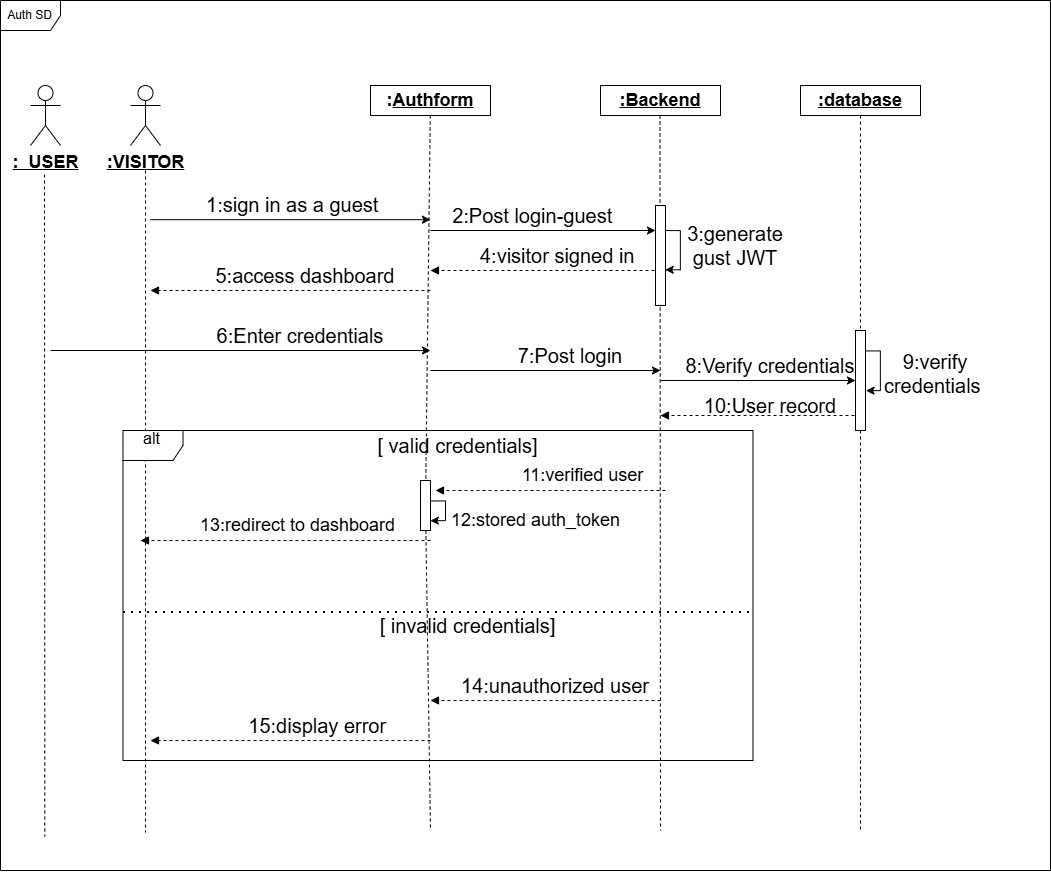
The draw.io diagram uploads/diagrams/sprint 1 sequence.drawio.png in guizanimohamed23/report, before a commit. Source tidied: cells renumbered, new cells last; positions are measured from the earlier drawing's top-left corner, leaving out a move shared by most shapes.
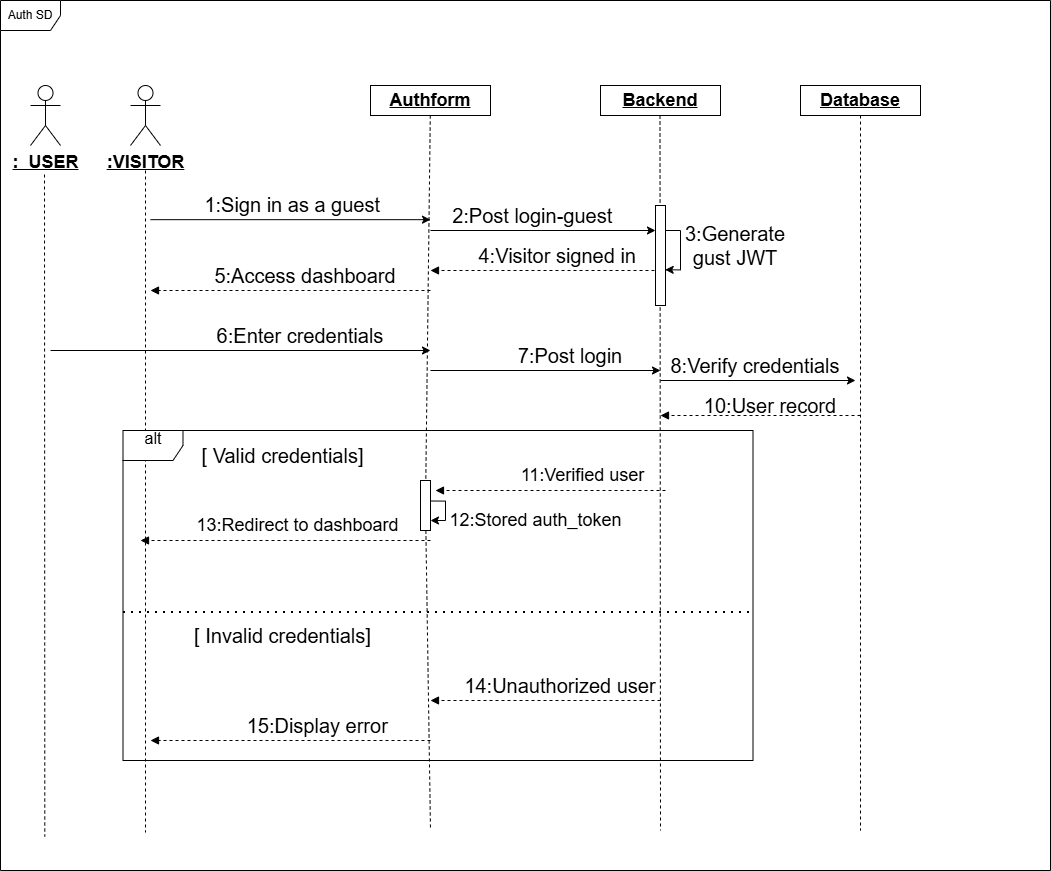
After the commit.

Diff of the diagram source:
```diff
@@ -11,10 +11,10 @@
         <mxPoint x="145" y="831.9" as="targetPoint" />
       </mxGeometry>
     </mxCell>
-    <mxCell id="4" value="&lt;font style=&quot;font-size: 18px;&quot;&gt;&lt;b style=&quot;&quot;&gt;:&lt;/b&gt;&lt;u style=&quot;&quot;&gt;&lt;b style=&quot;&quot;&gt;Authform&lt;/b&gt;&lt;/u&gt;&lt;/font&gt;" style="rounded=0;whiteSpace=wrap;html=1;" parent="1" vertex="1">
+    <mxCell id="4" value="&lt;font style=&quot;font-size: 18px;&quot;&gt;&lt;u style=&quot;&quot;&gt;&lt;b style=&quot;&quot;&gt;Authform&lt;/b&gt;&lt;/u&gt;&lt;/font&gt;" style="rounded=0;whiteSpace=wrap;html=1;" parent="1" vertex="1">
       <mxGeometry x="370" y="85" width="120" height="30" as="geometry" />
     </mxCell>
-    <mxCell id="5" value="&lt;u&gt;&lt;b&gt;&lt;font style=&quot;font-size: 18px;&quot;&gt;:Backend&lt;/font&gt;&lt;/b&gt;&lt;/u&gt;" style="rounded=0;whiteSpace=wrap;html=1;" parent="1" vertex="1">
+    <mxCell id="5" value="&lt;u&gt;&lt;b&gt;&lt;font style=&quot;font-size: 18px;&quot;&gt;Backend&lt;/font&gt;&lt;/b&gt;&lt;/u&gt;" style="rounded=0;whiteSpace=wrap;html=1;" parent="1" vertex="1">
       <mxGeometry x="600" y="85" width="120" height="30" as="geometry" />
     </mxCell>
     <mxCell id="6" style="endArrow=none;html=1;rounded=0;dashed=1;endFill=0;" parent="1" edge="1" source="49">
@@ -28,11 +28,12 @@
         <mxPoint x="660" y="830" as="targetPoint" />
       </mxGeometry>
     </mxCell>
-    <mxCell id="8" value="&lt;b&gt;&lt;u&gt;&lt;font style=&quot;font-size: 18px;&quot;&gt;:database&lt;/font&gt;&lt;/u&gt;&lt;/b&gt;" style="rounded=0;whiteSpace=wrap;html=1;" parent="1" vertex="1">
+    <mxCell id="8" value="&lt;b&gt;&lt;u&gt;&lt;font style=&quot;font-size: 18px;&quot;&gt;Database&lt;/font&gt;&lt;/u&gt;&lt;/b&gt;" style="rounded=0;whiteSpace=wrap;html=1;" parent="1" vertex="1">
       <mxGeometry x="800" y="85" width="120" height="30" as="geometry" />
     </mxCell>
-    <mxCell id="9" style="endArrow=none;html=1;rounded=0;dashed=1;endFill=0;exitX=1;exitY=0.5;exitDx=0;exitDy=0;" parent="1" edge="1" source="36">
+    <mxCell id="9" style="endArrow=none;html=1;rounded=0;dashed=1;endFill=0;" parent="1" edge="1">
       <mxGeometry relative="1" as="geometry">
+        <mxPoint x="860" y="330" as="sourcePoint" />
         <mxPoint x="860" y="830" as="targetPoint" />
       </mxGeometry>
     </mxCell>
@@ -51,7 +52,7 @@
         <mxPoint x="430" y="219.2" as="targetPoint" />
       </mxGeometry>
     </mxCell>
-    <mxCell id="13" value="&lt;font style=&quot;font-size: 20px;&quot;&gt;1:sign in as a guest&amp;nbsp;&lt;/font&gt;" style="text;html=1;whiteSpace=wrap;strokeColor=none;fillColor=none;align=center;verticalAlign=middle;rounded=0;" parent="1" vertex="1">
+    <mxCell id="13" value="&lt;font style=&quot;font-size: 20px;&quot;&gt;1:Sign in as a guest&amp;nbsp;&lt;/font&gt;" style="text;html=1;whiteSpace=wrap;strokeColor=none;fillColor=none;align=center;verticalAlign=middle;rounded=0;" parent="1" vertex="1">
       <mxGeometry x="200" y="189.2" width="190" height="30" as="geometry" />
     </mxCell>
     <mxCell id="14" style="endArrow=classic;html=1;rounded=0;entryX=0.25;entryY=1;entryDx=0;entryDy=0;" parent="1" edge="1" target="43">
@@ -83,9 +84,10 @@
         <mxPoint x="660" y="370" as="targetPoint" />
       </mxGeometry>
     </mxCell>
-    <mxCell id="19" style="endArrow=classic;html=1;rounded=0;entryX=0.5;entryY=1;entryDx=0;entryDy=0;" parent="1" edge="1" target="36">
+    <mxCell id="19" style="endArrow=classic;html=1;rounded=0;entryX=0.5;entryY=1;entryDx=0;entryDy=0;" parent="1" edge="1">
       <mxGeometry relative="1" as="geometry">
         <mxPoint x="660" y="380" as="sourcePoint" />
+        <mxPoint x="855" y="380" as="targetPoint" />
       </mxGeometry>
     </mxCell>
     <mxCell id="20" style="endArrow=block;html=1;rounded=0;dashed=1;endFill=1;" parent="1" edge="1">
@@ -94,8 +96,8 @@
         <mxPoint x="660" y="415" as="targetPoint" />
       </mxGeometry>
     </mxCell>
-    <mxCell id="21" value="&lt;font style=&quot;font-size: 20px;&quot;&gt;[ valid credentials]&lt;/font&gt;" style="text;html=1;whiteSpace=wrap;strokeColor=none;fillColor=none;align=center;verticalAlign=middle;rounded=0;" parent="1" vertex="1">
-      <mxGeometry x="375" y="430" width="165" height="30" as="geometry" />
+    <mxCell id="21" value="&lt;font style=&quot;font-size: 20px;&quot;&gt;[ Valid credentials]&lt;/font&gt;" style="text;html=1;whiteSpace=wrap;strokeColor=none;fillColor=none;align=center;verticalAlign=middle;rounded=0;" parent="1" vertex="1">
+      <mxGeometry x="200" y="440" width="165" height="30" as="geometry" />
     </mxCell>
     <mxCell id="22" style="endArrow=block;html=1;rounded=0;dashed=1;endFill=1;" parent="1" edge="1">
       <mxGeometry relative="1" as="geometry">
@@ -127,16 +129,16 @@
         <mxPoint x="150" y="740" as="targetPoint" />
       </mxGeometry>
     </mxCell>
-    <mxCell id="28" value="&lt;font style=&quot;font-size: 20px;&quot;&gt;[ invalid credentials]&lt;/font&gt;" style="text;html=1;whiteSpace=wrap;strokeColor=none;fillColor=none;align=center;verticalAlign=middle;rounded=0;rotation=0;" parent="1" vertex="1">
-      <mxGeometry x="375" y="610" width="185" height="30" as="geometry" />
+    <mxCell id="28" value="&lt;font style=&quot;font-size: 20px;&quot;&gt;[ Invalid credentials]&lt;/font&gt;" style="text;html=1;whiteSpace=wrap;strokeColor=none;fillColor=none;align=center;verticalAlign=middle;rounded=0;rotation=0;" parent="1" vertex="1">
+      <mxGeometry x="190" y="620" width="185" height="30" as="geometry" />
     </mxCell>
     <mxCell id="29" value="&lt;font style=&quot;font-size: 20px;&quot;&gt;2:Post login-guest&amp;nbsp;&lt;/font&gt;" style="text;html=1;whiteSpace=wrap;strokeColor=none;fillColor=none;align=center;verticalAlign=middle;rounded=0;" parent="1" vertex="1">
       <mxGeometry x="450" y="200" width="170" height="30" as="geometry" />
     </mxCell>
-    <mxCell id="30" value="&lt;font style=&quot;font-size: 20px;&quot;&gt;4:visitor signed in&amp;nbsp;&lt;/font&gt;" style="text;html=1;whiteSpace=wrap;strokeColor=none;fillColor=none;align=center;verticalAlign=middle;rounded=0;" parent="1" vertex="1">
+    <mxCell id="30" value="&lt;font style=&quot;font-size: 20px;&quot;&gt;4:Visitor signed in&amp;nbsp;&lt;/font&gt;" style="text;html=1;whiteSpace=wrap;strokeColor=none;fillColor=none;align=center;verticalAlign=middle;rounded=0;" parent="1" vertex="1">
       <mxGeometry x="470" y="240" width="180" height="30" as="geometry" />
     </mxCell>
-    <mxCell id="31" value="&lt;font style=&quot;font-size: 20px;&quot;&gt;5:access dashboard&lt;/font&gt;" style="text;html=1;whiteSpace=wrap;strokeColor=none;fillColor=none;align=center;verticalAlign=middle;rounded=0;fontFamily=Helvetica;fontSize=12;fontColor=default;" parent="1" vertex="1">
+    <mxCell id="31" value="&lt;font style=&quot;font-size: 20px;&quot;&gt;5:Access dashboard&lt;/font&gt;" style="text;html=1;whiteSpace=wrap;strokeColor=none;fillColor=none;align=center;verticalAlign=middle;rounded=0;fontFamily=Helvetica;fontSize=12;fontColor=default;" parent="1" vertex="1">
       <mxGeometry x="210" y="260" width="190" height="30" as="geometry" />
     </mxCell>
     <mxCell id="32" value="&lt;font style=&quot;font-size: 20px;&quot;&gt;6:Enter credentials&lt;/font&gt;" style="text;html=1;whiteSpace=wrap;strokeColor=none;fillColor=none;align=center;verticalAlign=middle;rounded=0;" parent="1" vertex="1">
@@ -146,36 +148,23 @@
       <mxGeometry x="510" y="340" width="120" height="30" as="geometry" />
     </mxCell>
     <mxCell id="34" value="&lt;font style=&quot;font-size: 20px;&quot;&gt;8:Verify credentials&lt;/font&gt;" style="text;html=1;whiteSpace=wrap;strokeColor=none;fillColor=none;align=center;verticalAlign=middle;rounded=0;" parent="1" vertex="1">
-      <mxGeometry x="660" y="350" width="220" height="30" as="geometry" />
+      <mxGeometry x="660" y="350" width="190" height="30" as="geometry" />
     </mxCell>
-    <mxCell id="35" style="endArrow=none;html=1;rounded=0;dashed=1;endFill=0;exitX=0.5;exitY=1;exitDx=0;exitDy=0;" parent="1" edge="1" source="8" target="36">
-      <mxGeometry relative="1" as="geometry" />
+    <mxCell id="35" style="endArrow=none;html=1;rounded=0;dashed=1;endFill=0;exitX=0.5;exitY=1;exitDx=0;exitDy=0;" parent="1" edge="1" source="8">
+      <mxGeometry relative="1" as="geometry">
+        <mxPoint x="860" y="330" as="targetPoint" />
+      </mxGeometry>
     </mxCell>
-    <mxCell id="36" style="rounded=0;whiteSpace=wrap;html=1;rotation=90;" parent="1" vertex="1">
-      <mxGeometry x="810" y="375" width="100" height="10" as="geometry" />
-    </mxCell>
-    <mxCell id="37" style="edgeStyle=orthogonalEdgeStyle;rounded=0;orthogonalLoop=1;jettySize=auto;html=1;exitX=0.204;exitY=-0.064;exitDx=0;exitDy=0;exitPerimeter=0;entryX=0.609;entryY=-0.052;entryDx=0;entryDy=0;entryPerimeter=0;" parent="1" edge="1" source="36" target="36">
-      <mxGeometry relative="1" as="geometry">
-        <Array as="points">
-          <mxPoint x="880" y="350" />
-          <mxPoint x="880" y="390" />
-          <mxPoint x="866" y="390" />
-        </Array>
-      </mxGeometry>
-    </mxCell>
-    <mxCell id="38" value="&lt;font style=&quot;font-size: 20px;&quot;&gt;9:verify credentials&amp;nbsp;&lt;/font&gt;" style="text;html=1;whiteSpace=wrap;strokeColor=none;fillColor=none;align=center;verticalAlign=middle;rounded=0;rotation=0;" parent="1" vertex="1">
-      <mxGeometry x="890" y="355" width="90" height="35" as="geometry" />
-    </mxCell>
-    <mxCell id="39" value="&lt;font style=&quot;font-size: 18px;&quot;&gt;11:verified user&lt;/font&gt;" style="text;html=1;whiteSpace=wrap;strokeColor=none;fillColor=none;align=center;verticalAlign=middle;rounded=0;" parent="1" vertex="1">
+    <mxCell id="39" value="&lt;font style=&quot;font-size: 18px;&quot;&gt;11:Verified user&lt;/font&gt;" style="text;html=1;whiteSpace=wrap;strokeColor=none;fillColor=none;align=center;verticalAlign=middle;rounded=0;" parent="1" vertex="1">
       <mxGeometry x="515" y="460" width="135" height="30" as="geometry" />
     </mxCell>
-    <mxCell id="40" value="&lt;font style=&quot;font-size: 18px;&quot;&gt;13:redirect to dashboard&amp;nbsp;&lt;/font&gt;" style="text;html=1;whiteSpace=wrap;strokeColor=none;fillColor=none;align=center;verticalAlign=middle;rounded=0;" parent="1" vertex="1">
+    <mxCell id="40" value="&lt;font style=&quot;font-size: 18px;&quot;&gt;13:Redirect to dashboard&amp;nbsp;&lt;/font&gt;" style="text;html=1;whiteSpace=wrap;strokeColor=none;fillColor=none;align=center;verticalAlign=middle;rounded=0;" parent="1" vertex="1">
       <mxGeometry x="190" y="510" width="220" height="30" as="geometry" />
     </mxCell>
-    <mxCell id="41" value="&lt;font style=&quot;font-size: 20px;&quot;&gt;14:unauthorized user&lt;/font&gt;" style="text;html=1;whiteSpace=wrap;strokeColor=none;fillColor=none;align=center;verticalAlign=middle;rounded=0;" parent="1" vertex="1">
-      <mxGeometry x="460" y="670" width="190" height="30" as="geometry" />
+    <mxCell id="41" value="&lt;font style=&quot;font-size: 20px;&quot;&gt;14:Unauthorized user&lt;/font&gt;" style="text;html=1;whiteSpace=wrap;strokeColor=none;fillColor=none;align=center;verticalAlign=middle;rounded=0;" parent="1" vertex="1">
+      <mxGeometry x="460" y="670" width="200" height="30" as="geometry" />
     </mxCell>
-    <mxCell id="42" value="&lt;font style=&quot;font-size: 20px;&quot;&gt;15:display error&amp;nbsp;&lt;/font&gt;" style="text;html=1;whiteSpace=wrap;strokeColor=none;fillColor=none;align=center;verticalAlign=middle;rounded=0;" parent="1" vertex="1">
+    <mxCell id="42" value="&lt;font style=&quot;font-size: 20px;&quot;&gt;15:Display error&amp;nbsp;&lt;/font&gt;" style="text;html=1;whiteSpace=wrap;strokeColor=none;fillColor=none;align=center;verticalAlign=middle;rounded=0;" parent="1" vertex="1">
       <mxGeometry x="240" y="710" width="160" height="30" as="geometry" />
     </mxCell>
     <mxCell id="43" style="rounded=0;whiteSpace=wrap;html=1;rotation=90;" parent="1" vertex="1">
@@ -189,7 +178,7 @@
         </Array>
       </mxGeometry>
     </mxCell>
-    <mxCell id="45" value="&lt;font style=&quot;font-size: 20px;&quot;&gt;3:generate gust JWT&lt;/font&gt;" style="text;html=1;whiteSpace=wrap;strokeColor=none;fillColor=none;align=center;verticalAlign=middle;rounded=0;" parent="1" vertex="1">
+    <mxCell id="45" value="&lt;font style=&quot;font-size: 20px;&quot;&gt;3:Generate gust JWT&lt;/font&gt;" style="text;html=1;whiteSpace=wrap;strokeColor=none;fillColor=none;align=center;verticalAlign=middle;rounded=0;" parent="1" vertex="1">
       <mxGeometry x="690" y="230" width="90" height="30" as="geometry" />
     </mxCell>
     <mxCell id="46" value="&lt;font style=&quot;font-size: 20px;&quot;&gt;10:User record&lt;/font&gt;" style="text;html=1;whiteSpace=wrap;strokeColor=none;fillColor=none;align=center;verticalAlign=middle;rounded=0;" parent="1" vertex="1">
@@ -216,8 +205,8 @@
         </Array>
       </mxGeometry>
     </mxCell>
-    <mxCell id="51" value="&lt;div style=&quot;text-align: start;&quot;&gt;&lt;span style=&quot;background-color: transparent;&quot;&gt;&lt;font style=&quot;font-size: 18px;&quot;&gt;12:stored auth_token&lt;/font&gt;&lt;/span&gt;&lt;/div&gt;" style="text;html=1;align=center;verticalAlign=middle;strokeColor=none;fillColor=none;" parent="1" vertex="1">
-      <mxGeometry x="440" y="500" width="190" height="40" as="geometry" />
+    <mxCell id="51" value="&lt;div style=&quot;text-align: start;&quot;&gt;&lt;span style=&quot;background-color: transparent;&quot;&gt;&lt;font style=&quot;font-size: 18px;&quot;&gt;12:Stored auth_token&lt;/font&gt;&lt;/span&gt;&lt;/div&gt;" style="text;html=1;align=center;verticalAlign=middle;strokeColor=none;fillColor=none;" parent="1" vertex="1">
+      <mxGeometry x="435" y="500" width="200" height="40" as="geometry" />
     </mxCell>
   </root>
 </mxGraphModel>
```
